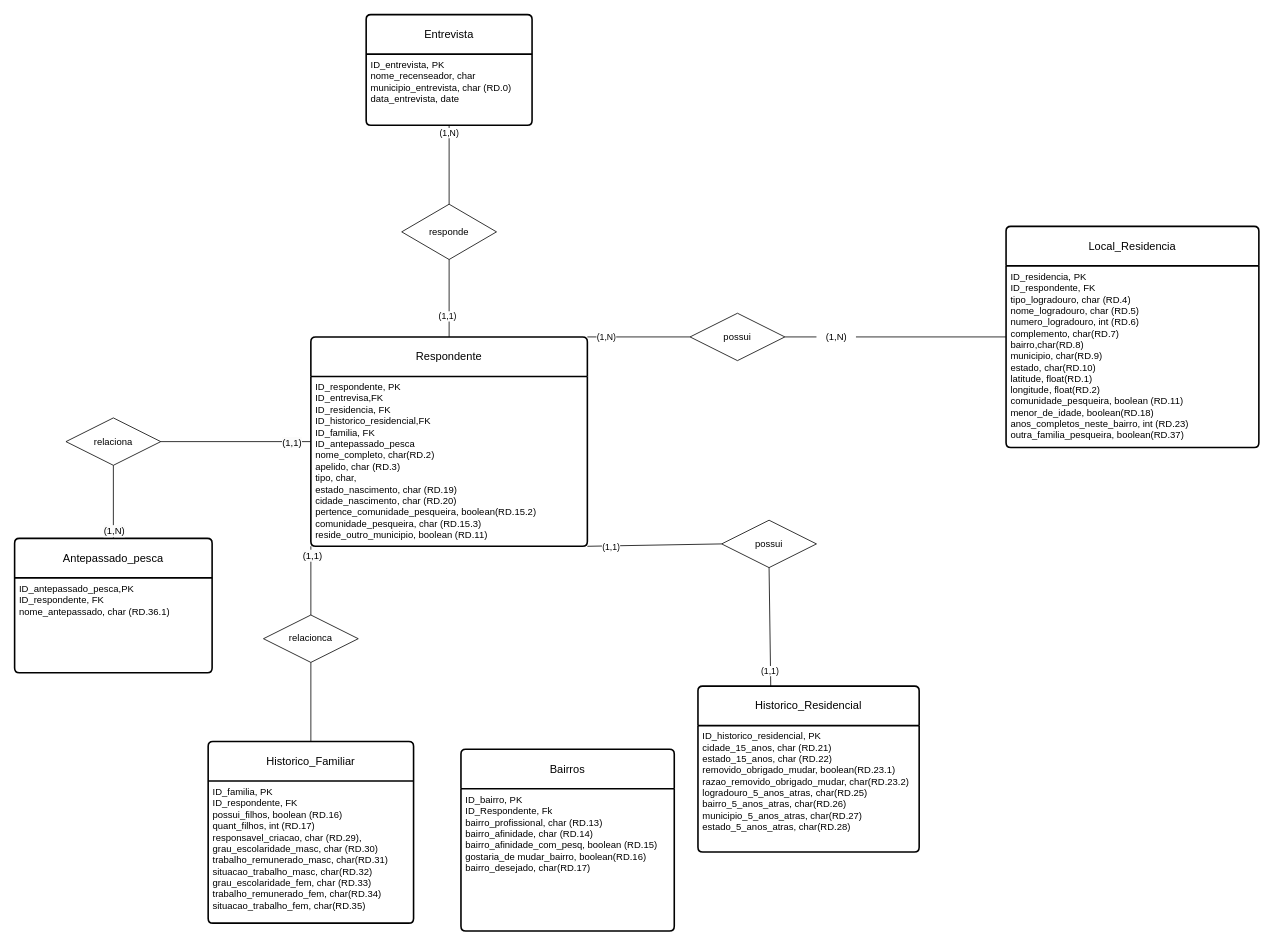
larisard/mer keeps this draw.io diagram as mer_1.drawio. Above is the earlier version. Source tidied: cells renumbered, new cells numbered last; positions are measured from the earlier drawing's top-left corner, leaving out a move shared by most shapes. Both pictures are drawn from the tidied source at 79%, with x=0, y=0 at pixel (14, 14).
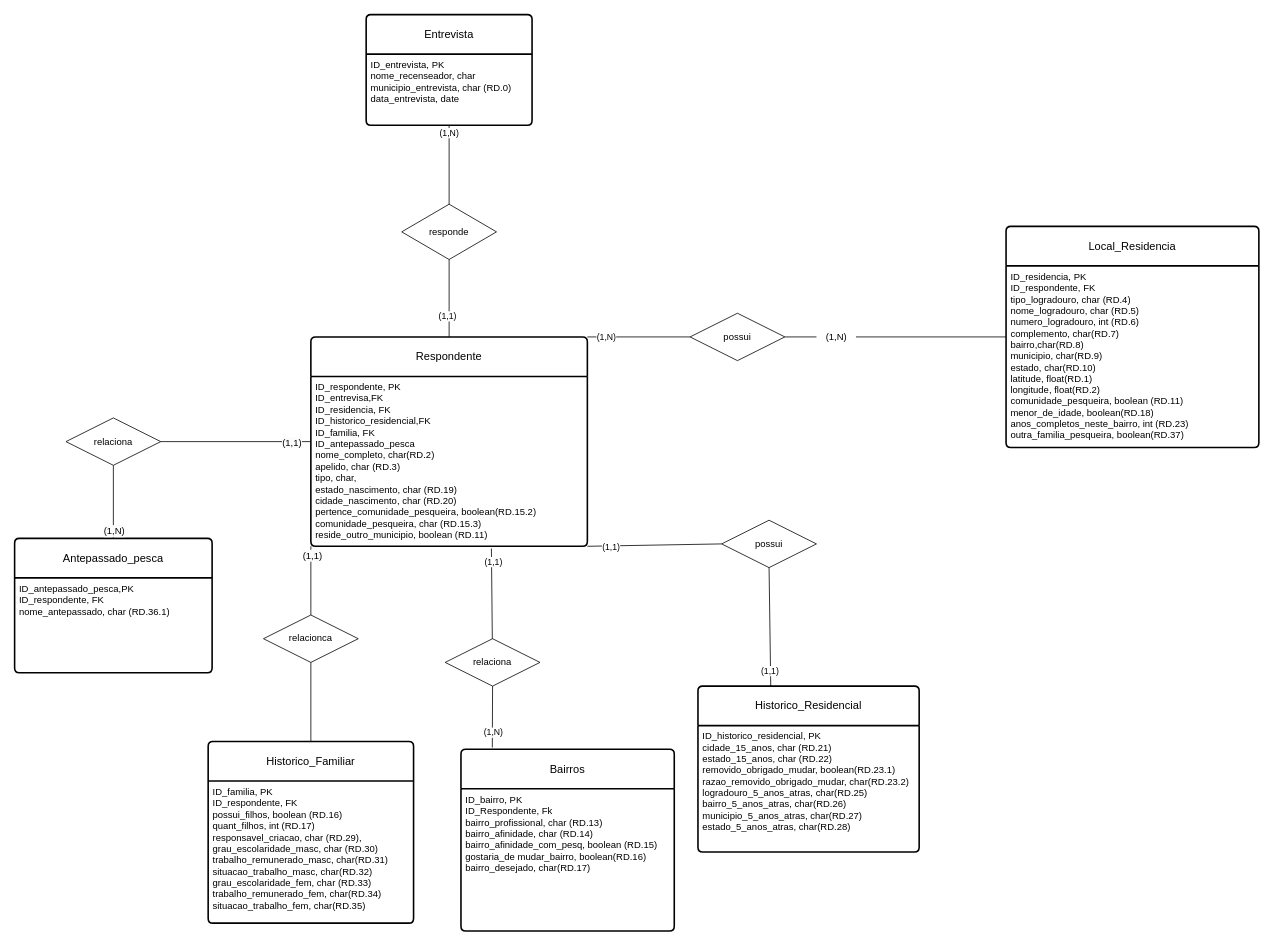
The same page after the edit.

Unchanged cells that the change refers to:
```xml
<mxCell id="3" value="ID_respondente, PK&lt;div&gt;ID_entrevisa,FK&lt;/div&gt;&lt;div&gt;ID_residencia, FK&lt;/div&gt;&lt;div&gt;ID_historico_residencial,FK&lt;/div&gt;&lt;div&gt;ID_familia, FK&lt;/div&gt;&lt;div&gt;ID_antepassado_pesca&lt;br&gt;nome_completo, char(RD.2)&lt;br&gt;apelido, char (RD.3)&lt;div&gt;tipo, char,&lt;/div&gt;&lt;div&gt;&lt;span style=&quot;background-color: initial;&quot;&gt;estado_nascimento, char (RD.19)&lt;/span&gt;&lt;/div&gt;&lt;div&gt;&lt;span style=&quot;background-color: initial;&quot;&gt;cidade_nascimento, char (RD.20)&lt;/span&gt;&lt;/div&gt;&lt;div&gt;&lt;span style=&quot;background-color: initial;&quot;&gt;pertence_comunidade_pesqueira, boolean(RD.15.2)&lt;/span&gt;&lt;/div&gt;&lt;div&gt;&lt;span style=&quot;background-color: initial;&quot;&gt;comunidade_pesqueira, char (&lt;/span&gt;&lt;span style=&quot;background-color: initial;&quot;&gt;RD.15.3)&lt;/span&gt;&lt;/div&gt;&lt;div&gt;reside_outro_municipio, boolean (RD.11)&lt;/div&gt;&lt;div&gt;&lt;br&gt;&lt;/div&gt;&lt;div&gt;&lt;br&gt;&lt;/div&gt;&lt;/div&gt;" style="align=left;strokeColor=none;fillColor=none;spacingLeft=4;fontSize=12;verticalAlign=top;html=1;" parent="2" vertex="1">
  <mxGeometry y="50" width="350" height="215" as="geometry" />
</mxCell>
<mxCell id="40" value="Bairros" style="swimlane;horizontal=1;startSize=50;rounded=1;fontSize=14;fontStyle=0;strokeWidth=2;shadow=0;dashed=0;align=center;arcSize=4;whiteSpace=wrap;html=1;" parent="1" vertex="1">
  <mxGeometry x="565" y="930" width="270" height="230" as="geometry" />
</mxCell>
```

Change to the diagram source:
```diff
@@
+    <mxCell id="42" value="relaciona" style="shape=rhombus;perimeter=rhombusPerimeter;whiteSpace=wrap;html=1;align=center;" parent="1" vertex="1">
+      <mxGeometry x="545" y="790" width="120" height="60" as="geometry" />
+    </mxCell>
+    <mxCell id="43" style="endArrow=none;html=1;rounded=0;exitX=0.653;exitY=1.013;exitDx=0;exitDy=0;exitPerimeter=0;" parent="1" edge="1" source="3" target="42">
+      <mxGeometry relative="1" as="geometry" />
+    </mxCell>
+    <mxCell id="44" value="(1,1)" style="edgeLabel;html=1;align=center;verticalAlign=middle;" parent="43" vertex="1">
+      <mxGeometry x="-0.71" y="2" relative="1" as="geometry" />
+    </mxCell>
+    <mxCell id="45" style="endArrow=none;html=1;rounded=0;exitX=0.147;exitY=-0.01;exitDx=0;exitDy=0;exitPerimeter=0;entryX=0.5;entryY=1;entryDx=0;entryDy=0;" parent="1" edge="1" source="40" target="42">
+      <mxGeometry relative="1" as="geometry" />
+    </mxCell>
+    <mxCell id="46" value="(1,N)" style="edgeLabel;html=1;align=center;verticalAlign=middle;" parent="45" vertex="1">
+      <mxGeometry x="-0.51" y="-1" relative="1" as="geometry" />
+    </mxCell>
```
